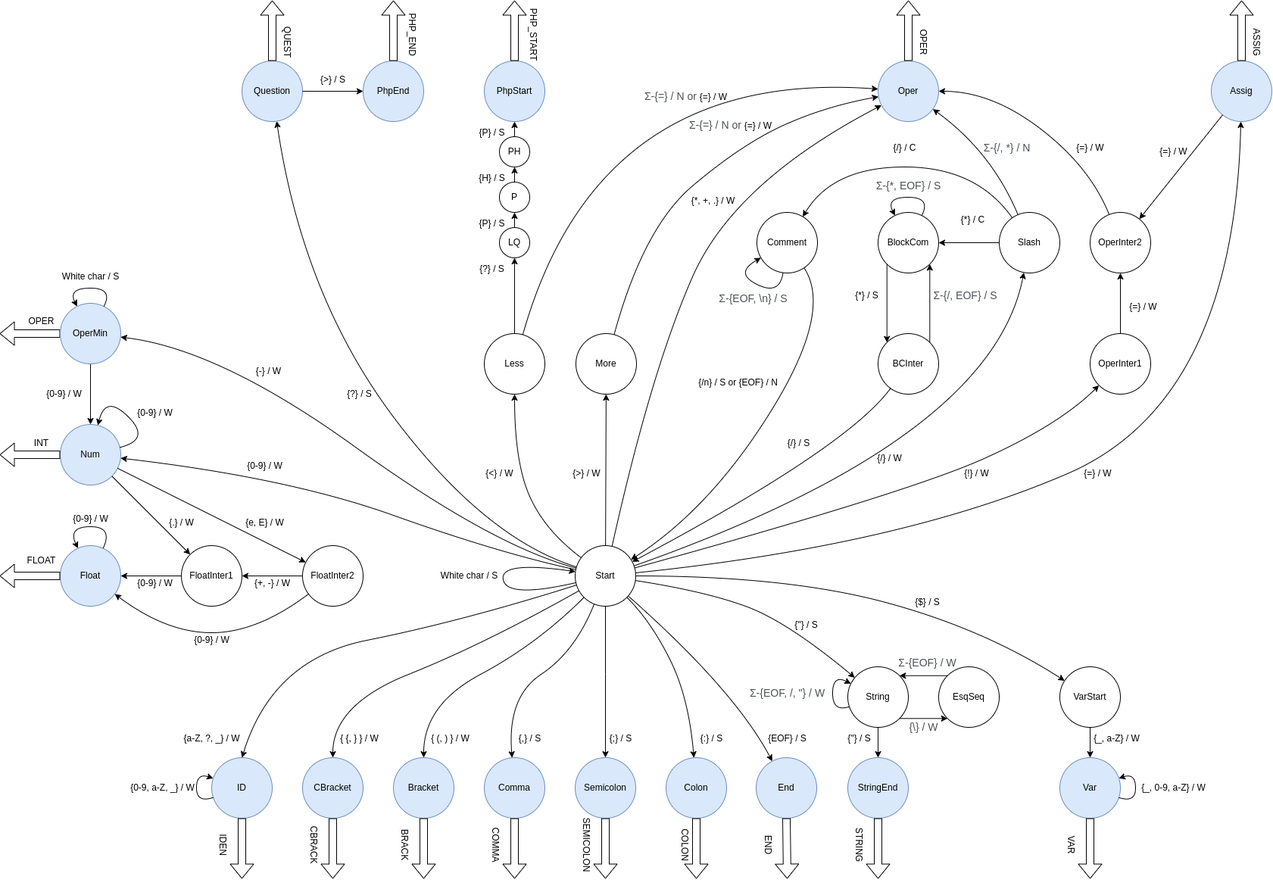
The draw.io diagram doc/FSM.png in Tricked111/IFJ22, before a commit. Source tidied: cells renumbered, new cells last; positions are measured from the earlier drawing's top-left corner, leaving out a move shared by most shapes.
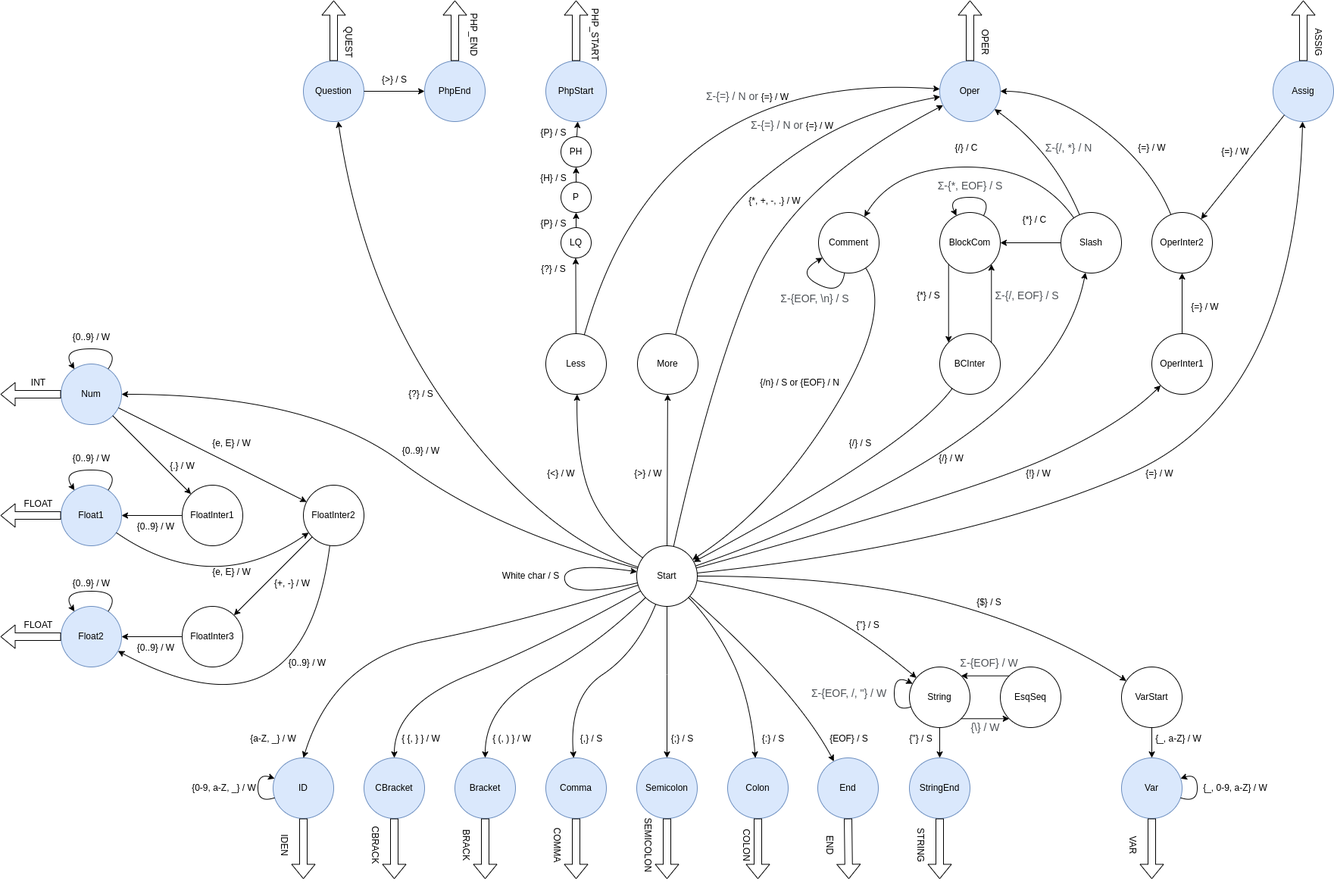
After the commit.

Commit message:
float processing improved in FSM scheme

The edit, as a diff of the source:
```diff
@@ -156,8 +156,8 @@
     <mxCell id="49" value="ID" style="ellipse;whiteSpace=wrap;html=1;shadow=0;sketch=0;strokeWidth=1;fillColor=#dae8fc;strokeColor=#6c8ebf;" parent="1" vertex="1">
       <mxGeometry x="280" y="1000" width="80" height="80" as="geometry" />
     </mxCell>
-    <mxCell id="50" value="{a-Z, ?, _} / W" style="text;html=1;align=center;verticalAlign=middle;strokeColor=none;fillColor=none;fontColor=#000000;" parent="1" vertex="1">
-      <mxGeometry x="230" y="960" width="100" height="30" as="geometry" />
+    <mxCell id="50" value="{a-Z, _} / W" style="text;html=1;align=center;verticalAlign=middle;strokeColor=none;fillColor=none;fontColor=#000000;" parent="1" vertex="1">
+      <mxGeometry x="240" y="960" width="80" height="30" as="geometry" />
     </mxCell>
     <mxCell id="51" style="curved=1;endArrow=classic;html=1;rounded=0;fontColor=#000000;" parent="1" edge="1" source="49" target="49">
       <mxGeometry relative="1" as="geometry">
@@ -554,8 +554,8 @@
         </Array>
       </mxGeometry>
     </mxCell>
-    <mxCell id="134" value="{*, +, .} / W" style="text;html=1;align=center;verticalAlign=middle;strokeColor=none;fillColor=none;labelBackgroundColor=none;" parent="1" vertex="1">
-      <mxGeometry x="902" y="250" width="80" height="30" as="geometry" />
+    <mxCell id="134" value="{*, +, -, .} / W" style="text;html=1;align=center;verticalAlign=middle;strokeColor=none;fillColor=none;labelBackgroundColor=none;" parent="1" vertex="1">
+      <mxGeometry x="897" y="250" width="90" height="30" as="geometry" />
     </mxCell>
     <mxCell id="135" style="shape=flexArrow;endArrow=classic;html=1;rounded=0;exitX=0.5;exitY=0;exitDx=0;exitDy=0;" parent="1" edge="1" source="115">
       <mxGeometry relative="1" as="geometry">
@@ -595,148 +595,149 @@
     <mxCell id="144" style="endArrow=classic;html=1;rounded=0;" parent="1" edge="1" source="143" target="115">
       <mxGeometry relative="1" as="geometry" />
     </mxCell>
+    <mxCell id="173" style="shape=flexArrow;endArrow=classic;html=1;rounded=0;" parent="1" edge="1" source="143">
+      <mxGeometry relative="1" as="geometry">
+        <mxPoint x="360" as="targetPoint" />
+      </mxGeometry>
+    </mxCell>
+    <mxCell id="174" value="QUEST" style="text;html=1;align=center;verticalAlign=middle;strokeColor=none;fillColor=none;labelBackgroundColor=none;rotation=90;" parent="1" vertex="1">
+      <mxGeometry x="350" y="40" width="60" height="30" as="geometry" />
+    </mxCell>
-    <mxCell id="145" value="Num" style="ellipse;whiteSpace=wrap;html=1;perimeterSpacing=0;strokeWidth=1;noLabel=0;shadow=0;sketch=0;fillColor=#dae8fc;strokeColor=#6c8ebf;" parent="1" vertex="1">
-      <mxGeometry x="80" y="560" width="80" height="80" as="geometry" />
+    <mxCell id="145" value="Num" style="ellipse;whiteSpace=wrap;html=1;fillColor=#dae8fc;strokeColor=#6c8ebf;" parent="1" vertex="1">
+      <mxGeometry y="480" width="80" height="80" as="geometry" />
     </mxCell>
-    <mxCell id="146" value="Float" style="ellipse;whiteSpace=wrap;html=1;fillColor=#dae8fc;strokeColor=#6c8ebf;" parent="1" vertex="1">
-      <mxGeometry x="80" y="720" width="80" height="80" as="geometry" />
-    </mxCell>
+    <mxCell id="180" style="shape=flexArrow;endArrow=classic;html=1;rounded=0;" parent="1" edge="1" source="145">
+      <mxGeometry relative="1" as="geometry">
+        <mxPoint x="-80" y="520" as="targetPoint" />
+      </mxGeometry>
+    </mxCell>
+    <mxCell id="176" value="INT" style="text;html=1;align=center;verticalAlign=middle;strokeColor=none;fillColor=none;" parent="1" vertex="1">
+      <mxGeometry x="-50" y="490" width="40" height="30" as="geometry" />
+    </mxCell>
+    <mxCell id="158" style="curved=1;endArrow=classic;html=1;rounded=0;" parent="1" edge="1" source="145" target="145">
+      <mxGeometry relative="1" as="geometry">
+        <Array as="points">
+          <mxPoint x="80" y="460" />
+          <mxPoint y="460" />
+        </Array>
+      </mxGeometry>
+    </mxCell>
+    <mxCell id="181" value="{0..9} / W" style="text;html=1;align=center;verticalAlign=middle;strokeColor=none;fillColor=none;" parent="1" vertex="1">
+      <mxGeometry x="5" y="430" width="70" height="30" as="geometry" />
+    </mxCell>
+    <mxCell id="182" value="Float1" style="ellipse;whiteSpace=wrap;html=1;fillColor=#dae8fc;strokeColor=#6c8ebf;" parent="1" vertex="1">
+      <mxGeometry y="640" width="80" height="80" as="geometry" />
+    </mxCell>
+    <mxCell id="183" style="shape=flexArrow;endArrow=classic;html=1;rounded=0;" parent="1" edge="1" source="182">
+      <mxGeometry relative="1" as="geometry">
+        <mxPoint x="-80" y="680" as="targetPoint" />
+      </mxGeometry>
+    </mxCell>
+    <mxCell id="184" value="FLOAT" style="text;html=1;align=center;verticalAlign=middle;strokeColor=none;fillColor=none;" parent="1" vertex="1">
+      <mxGeometry x="-60" y="650" width="60" height="30" as="geometry" />
+    </mxCell>
+    <mxCell id="185" style="curved=1;endArrow=classic;html=1;rounded=0;" parent="1" edge="1" source="182" target="182">
+      <mxGeometry relative="1" as="geometry">
+        <Array as="points">
+          <mxPoint x="80" y="620" />
+          <mxPoint y="620" />
+        </Array>
+      </mxGeometry>
+    </mxCell>
+    <mxCell id="186" value="{0..9} / W" style="text;html=1;align=center;verticalAlign=middle;strokeColor=none;fillColor=none;" parent="1" vertex="1">
+      <mxGeometry x="5" y="590" width="70" height="30" as="geometry" />
+    </mxCell>
     <mxCell id="147" value="FloatInter1" style="ellipse;whiteSpace=wrap;html=1;" parent="1" vertex="1">
-      <mxGeometry x="240" y="720" width="80" height="80" as="geometry" />
+      <mxGeometry x="160" y="640" width="80" height="80" as="geometry" />
     </mxCell>
     <mxCell id="148" value="FloatInter2" style="ellipse;whiteSpace=wrap;html=1;" parent="1" vertex="1">
-      <mxGeometry x="400" y="720" width="80" height="80" as="geometry" />
+      <mxGeometry x="320" y="640" width="80" height="80" as="geometry" />
     </mxCell>
-    <mxCell id="149" style="shape=flexArrow;endArrow=classic;html=1;rounded=0;" parent="1" edge="1" source="168">
-      <mxGeometry relative="1" as="geometry">
-        <mxPoint y="440" as="targetPoint" />
-      </mxGeometry>
-    </mxCell>
-    <mxCell id="150" style="shape=flexArrow;endArrow=classic;html=1;rounded=0;exitX=0;exitY=0.5;exitDx=0;exitDy=0;" parent="1" edge="1" source="145">
-      <mxGeometry relative="1" as="geometry">
-        <mxPoint y="600" as="targetPoint" />
-      </mxGeometry>
-    </mxCell>
-    <mxCell id="151" style="shape=flexArrow;endArrow=classic;html=1;rounded=0;exitX=0;exitY=0.5;exitDx=0;exitDy=0;" parent="1" edge="1" source="146">
-      <mxGeometry relative="1" as="geometry">
-        <mxPoint y="760" as="targetPoint" />
-      </mxGeometry>
-    </mxCell>
-    <mxCell id="152" style="endArrow=classic;html=1;rounded=0;" parent="1" edge="1" source="168" target="145">
-      <mxGeometry relative="1" as="geometry" />
-    </mxCell>
+    <mxCell id="187" value="Float2" style="ellipse;whiteSpace=wrap;html=1;fillColor=#dae8fc;strokeColor=#6c8ebf;" parent="1" vertex="1">
+      <mxGeometry y="800" width="80" height="80" as="geometry" />
+    </mxCell>
     <mxCell id="153" style="endArrow=classic;html=1;rounded=0;" parent="1" edge="1" source="145" target="148">
       <mxGeometry relative="1" as="geometry" />
     </mxCell>
+    <mxCell id="188" value="{e, E} / W" style="text;html=1;align=center;verticalAlign=middle;strokeColor=none;fillColor=none;" parent="1" vertex="1">
+      <mxGeometry x="190" y="570" width="70" height="30" as="geometry" />
+    </mxCell>
+    <mxCell id="189" value="{0..9} / W" style="text;html=1;align=center;verticalAlign=middle;strokeColor=none;fillColor=none;" parent="1" vertex="1">
+      <mxGeometry x="90" y="680" width="70" height="30" as="geometry" />
+    </mxCell>
+    <mxCell id="190" style="curved=1;endArrow=classic;html=1;rounded=0;" parent="1" edge="1" source="187" target="187">
+      <mxGeometry relative="1" as="geometry">
+        <Array as="points">
+          <mxPoint x="80" y="780" />
+          <mxPoint y="780" />
+        </Array>
+      </mxGeometry>
+    </mxCell>
+    <mxCell id="191" value="{0..9} / W" style="text;html=1;align=center;verticalAlign=middle;strokeColor=none;fillColor=none;" parent="1" vertex="1">
+      <mxGeometry x="5" y="755" width="70" height="30" as="geometry" />
+    </mxCell>
+    <mxCell id="192" style="endArrow=classic;html=1;rounded=0;" parent="1" edge="1" source="147" target="182">
+      <mxGeometry relative="1" as="geometry" />
+    </mxCell>
     <mxCell id="154" style="endArrow=classic;html=1;rounded=0;" parent="1" edge="1" source="145" target="147">
       <mxGeometry relative="1" as="geometry" />
     </mxCell>
-    <mxCell id="155" style="endArrow=classic;html=1;rounded=0;" parent="1" edge="1" source="148" target="147">
-      <mxGeometry relative="1" as="geometry" />
-    </mxCell>
-    <mxCell id="156" style="endArrow=classic;html=1;rounded=0;" parent="1" edge="1" source="147" target="146">
-      <mxGeometry relative="1" as="geometry" />
-    </mxCell>
-    <mxCell id="157" style="curved=1;endArrow=classic;html=1;rounded=0;" parent="1" edge="1" source="148" target="146">
-      <mxGeometry relative="1" as="geometry">
-        <Array as="points">
-          <mxPoint x="340" y="835" />
-          <mxPoint x="220" y="835" />
-        </Array>
-      </mxGeometry>
-    </mxCell>
-    <mxCell id="158" style="curved=1;endArrow=classic;html=1;rounded=0;" parent="1" edge="1" source="145" target="145">
-      <mxGeometry relative="1" as="geometry">
-        <Array as="points">
-          <mxPoint x="200" y="580" />
-          <mxPoint x="140" y="520" />
-        </Array>
-      </mxGeometry>
-    </mxCell>
-    <mxCell id="159" value="{0-9} / W" style="text;html=1;align=center;verticalAlign=middle;strokeColor=none;fillColor=none;" parent="1" vertex="1">
-      <mxGeometry x="170" y="530" width="70" height="30" as="geometry" />
-    </mxCell>
-    <mxCell id="160" value="{0-9} / W" style="text;html=1;align=center;verticalAlign=middle;strokeColor=none;fillColor=none;" parent="1" vertex="1">
-      <mxGeometry x="50" y="505" width="70" height="30" as="geometry" />
-    </mxCell>
     <mxCell id="161" value="{.} / W" style="text;html=1;align=center;verticalAlign=middle;strokeColor=none;fillColor=none;" parent="1" vertex="1">
-      <mxGeometry x="210" y="675" width="60" height="30" as="geometry" />
+      <mxGeometry x="130" y="600" width="60" height="30" as="geometry" />
     </mxCell>
-    <mxCell id="162" value="{e, E} / W" style="text;html=1;align=center;verticalAlign=middle;strokeColor=none;fillColor=none;" parent="1" vertex="1">
-      <mxGeometry x="315" y="675" width="70" height="30" as="geometry" />
-    </mxCell>
+    <mxCell id="193" style="curved=1;endArrow=classic;html=1;rounded=0;" parent="1" edge="1" source="182" target="148">
+      <mxGeometry relative="1" as="geometry">
+        <Array as="points">
+          <mxPoint x="200" y="790" />
+        </Array>
+      </mxGeometry>
+    </mxCell>
+    <mxCell id="194" value="{e, E} / W" style="text;html=1;align=center;verticalAlign=middle;strokeColor=none;fillColor=none;" parent="1" vertex="1">
+      <mxGeometry x="190" y="740" width="70" height="30" as="geometry" />
+    </mxCell>
+    <mxCell id="195" value="FloatInter3" style="ellipse;whiteSpace=wrap;html=1;" parent="1" vertex="1">
+      <mxGeometry x="160" y="800" width="80" height="80" as="geometry" />
+    </mxCell>
+    <mxCell id="196" style="endArrow=classic;html=1;rounded=0;" parent="1" edge="1" source="148" target="195">
+      <mxGeometry relative="1" as="geometry" />
+    </mxCell>
     <mxCell id="163" value="{+, -} / W" style="text;html=1;align=center;verticalAlign=middle;strokeColor=none;fillColor=none;" parent="1" vertex="1">
-      <mxGeometry x="325" y="755" width="70" height="30" as="geometry" />
+      <mxGeometry x="270" y="755" width="70" height="30" as="geometry" />
     </mxCell>
-    <mxCell id="164" value="{0-9} / W" style="text;html=1;align=center;verticalAlign=middle;strokeColor=none;fillColor=none;" parent="1" vertex="1">
-      <mxGeometry x="170" y="755" width="70" height="30" as="geometry" />
-    </mxCell>
-    <mxCell id="165" value="{0-9} / W" style="text;html=1;align=center;verticalAlign=middle;strokeColor=none;fillColor=none;" parent="1" vertex="1">
-      <mxGeometry x="245" y="830" width="70" height="30" as="geometry" />
-    </mxCell>
-    <mxCell id="166" style="curved=1;endArrow=classic;html=1;rounded=0;" parent="1" edge="1" source="146" target="146">
-      <mxGeometry relative="1" as="geometry">
-        <Array as="points">
-          <mxPoint x="150" y="695" />
-          <mxPoint x="90" y="695" />
-        </Array>
-      </mxGeometry>
-    </mxCell>
-    <mxCell id="167" value="{0-9} / W" style="text;html=1;align=center;verticalAlign=middle;strokeColor=none;fillColor=none;" parent="1" vertex="1">
-      <mxGeometry x="85" y="670" width="70" height="30" as="geometry" />
-    </mxCell>
-    <mxCell id="168" value="OperMin" style="ellipse;whiteSpace=wrap;html=1;fillColor=#dae8fc;strokeColor=#6c8ebf;" parent="1" vertex="1">
-      <mxGeometry x="80" y="400" width="80" height="80" as="geometry" />
-    </mxCell>
-    <mxCell id="169" style="curved=1;endArrow=classic;html=1;rounded=0;" parent="1" edge="1" source="53" target="168">
-      <mxGeometry relative="1" as="geometry">
-        <Array as="points">
-          <mxPoint x="650" y="720" />
-          <mxPoint x="290" y="460" />
-        </Array>
-      </mxGeometry>
-    </mxCell>
+    <mxCell id="197" style="curved=1;endArrow=classic;html=1;rounded=0;" parent="1" edge="1" source="148" target="187">
+      <mxGeometry relative="1" as="geometry">
+        <Array as="points">
+          <mxPoint x="320" y="990" />
+        </Array>
+      </mxGeometry>
+    </mxCell>
+    <mxCell id="198" value="{0..9} / W" style="text;html=1;align=center;verticalAlign=middle;strokeColor=none;fillColor=none;" parent="1" vertex="1">
+      <mxGeometry x="290" y="860" width="70" height="30" as="geometry" />
+    </mxCell>
+    <mxCell id="199" style="endArrow=classic;html=1;rounded=0;" parent="1" edge="1" source="195" target="187">
+      <mxGeometry relative="1" as="geometry" />
+    </mxCell>
+    <mxCell id="200" value="{0..9} / W" style="text;html=1;align=center;verticalAlign=middle;strokeColor=none;fillColor=none;" parent="1" vertex="1">
+      <mxGeometry x="90" y="840" width="70" height="30" as="geometry" />
+    </mxCell>
+    <mxCell id="201" style="shape=flexArrow;endArrow=classic;html=1;rounded=0;" parent="1" edge="1" source="187">
+      <mxGeometry relative="1" as="geometry">
+        <mxPoint x="-80" y="840" as="targetPoint" />
+      </mxGeometry>
+    </mxCell>
+    <mxCell id="202" value="FLOAT" style="text;html=1;align=center;verticalAlign=middle;strokeColor=none;fillColor=none;" parent="1" vertex="1">
+      <mxGeometry x="-60" y="810" width="60" height="30" as="geometry" />
+    </mxCell>
     <mxCell id="170" style="curved=1;endArrow=classic;html=1;rounded=0;" parent="1" edge="1" source="53" target="145">
       <mxGeometry relative="1" as="geometry">
         <Array as="points">
-          <mxPoint x="660" y="730" />
-          <mxPoint x="380" y="630" />
+          <mxPoint x="570" y="700" />
+          <mxPoint x="330" y="520" />
         </Array>
       </mxGeometry>
     </mxCell>
-    <mxCell id="171" value="{-} / W" style="text;html=1;align=center;verticalAlign=middle;strokeColor=none;fillColor=none;" parent="1" vertex="1">
-      <mxGeometry x="325" y="475" width="60" height="30" as="geometry" />
-    </mxCell>
-    <mxCell id="172" value="{0-9} / W" style="text;html=1;align=center;verticalAlign=middle;strokeColor=none;fillColor=none;" parent="1" vertex="1">
-      <mxGeometry x="315" y="600" width="70" height="30" as="geometry" />
-    </mxCell>
-    <mxCell id="173" style="shape=flexArrow;endArrow=classic;html=1;rounded=0;" parent="1" edge="1" source="143">
-      <mxGeometry relative="1" as="geometry">
-        <mxPoint x="360" as="targetPoint" />
-      </mxGeometry>
-    </mxCell>
-    <mxCell id="174" value="QUEST" style="text;html=1;align=center;verticalAlign=middle;strokeColor=none;fillColor=none;labelBackgroundColor=none;rotation=90;" parent="1" vertex="1">
-      <mxGeometry x="350" y="40" width="60" height="30" as="geometry" />
-    </mxCell>
-    <mxCell id="175" value="OPER" style="text;html=1;align=center;verticalAlign=middle;strokeColor=none;fillColor=none;" parent="1" vertex="1">
-      <mxGeometry x="25" y="409" width="60" height="30" as="geometry" />
-    </mxCell>
-    <mxCell id="176" value="INT" style="text;html=1;align=center;verticalAlign=middle;strokeColor=none;fillColor=none;" parent="1" vertex="1">
-      <mxGeometry x="35" y="570" width="40" height="30" as="geometry" />
-    </mxCell>
-    <mxCell id="177" value="FLOAT" style="text;html=1;align=center;verticalAlign=middle;strokeColor=none;fillColor=none;" parent="1" vertex="1">
-      <mxGeometry x="25" y="725" width="60" height="30" as="geometry" />
-    </mxCell>
-    <mxCell id="178" style="curved=1;endArrow=classic;html=1;rounded=0;" parent="1" edge="1" source="168" target="168">
-      <mxGeometry relative="1" as="geometry">
-        <Array as="points">
-          <mxPoint x="150" y="380" />
-          <mxPoint x="90" y="380" />
-        </Array>
-      </mxGeometry>
-    </mxCell>
-    <mxCell id="179" value="White char / S" style="text;html=1;align=center;verticalAlign=middle;strokeColor=none;fillColor=none;" parent="1" vertex="1">
-      <mxGeometry x="70" y="350" width="100" height="30" as="geometry" />
-    </mxCell>
+    <mxCell id="203" value="{0..9} / W" style="text;html=1;align=center;verticalAlign=middle;strokeColor=none;fillColor=none;" parent="1" vertex="1">
+      <mxGeometry x="440" y="580" width="70" height="30" as="geometry" />
+    </mxCell>
   </root>
 </mxGraphModel>
```
